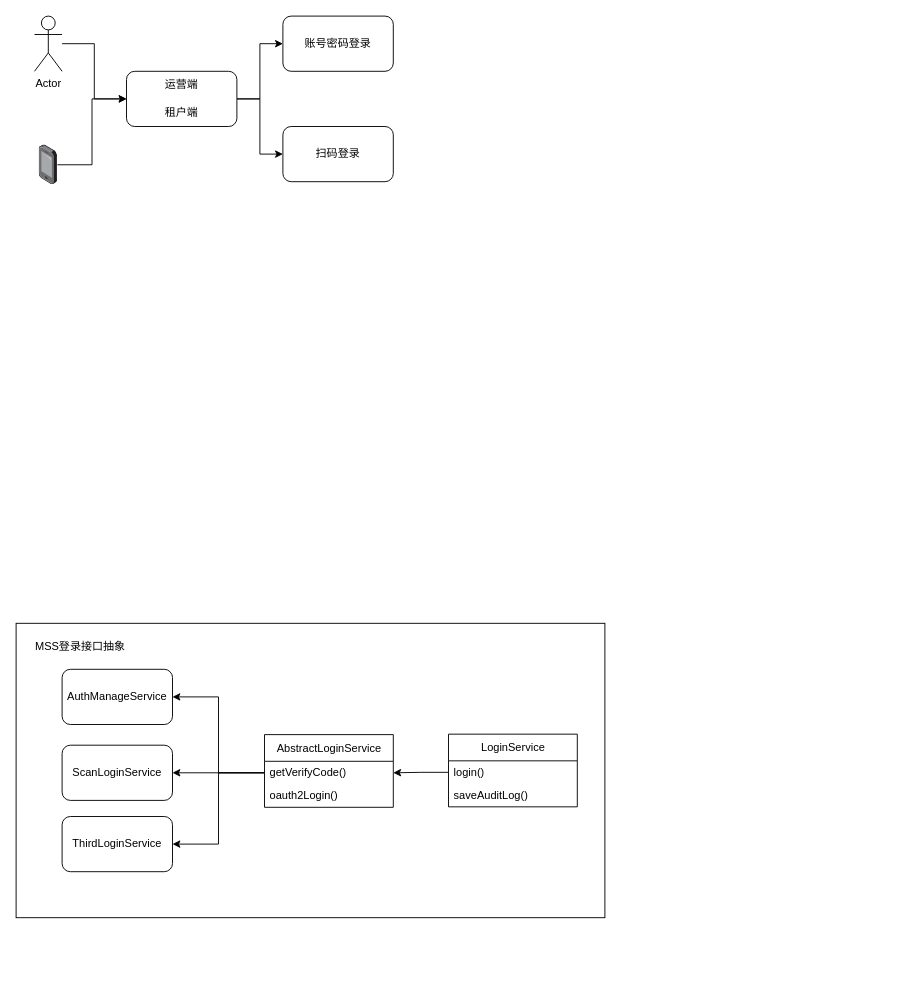
The draw.io diagram ah-security/src/main/java/com/zhansc/ahsecurity/mss/mss登录认证.drawio in zhansc/worksheet, before the edit. Source tidied: cells renumbered, new cells numbered last; positions are measured from the earlier drawing's top-left corner, leaving out a move shared by most shapes. Both pictures are drawn from the tidied source at 92%, with x=0, y=0 at pixel (16, 16).
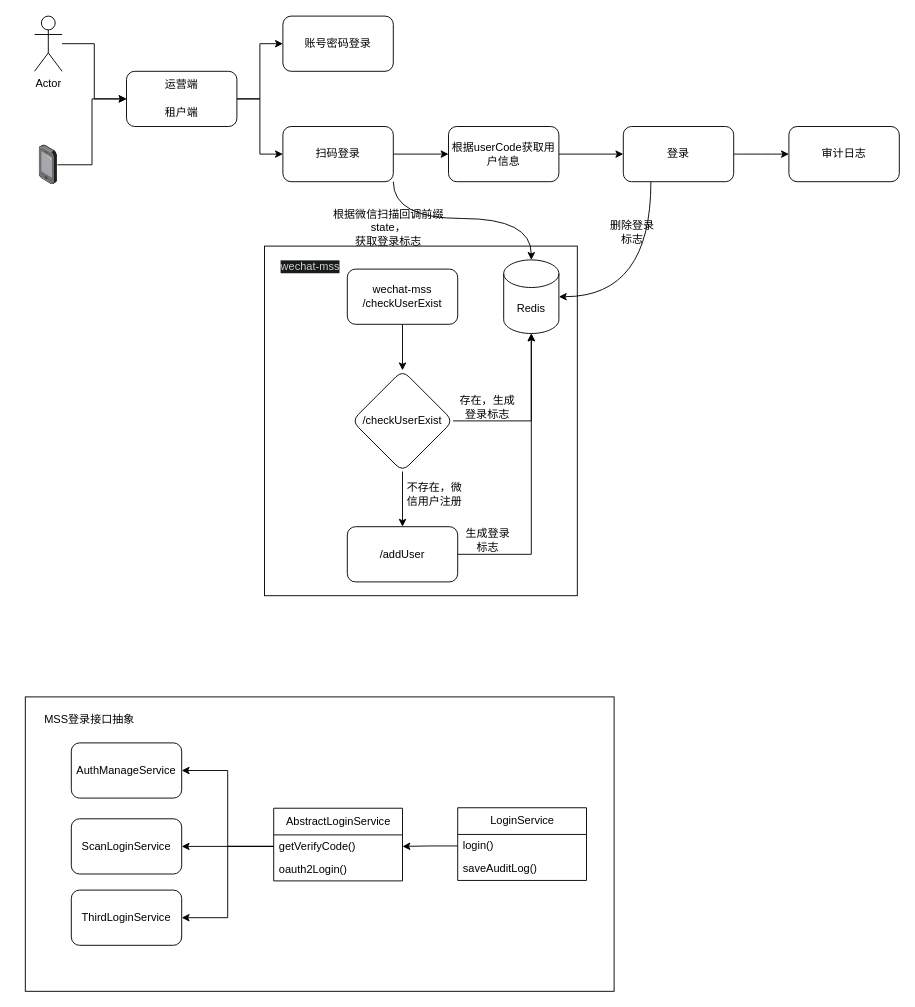
Above is the later version.

Commit message:
更新mss登录认证.drawio

Unchanged cells that the change refers to:
```xml
<mxCell id="27" value="扫码登录" style="rounded=1;whiteSpace=wrap;html=1;" parent="1" vertex="1">
  <mxGeometry x="290" y="120" width="120" height="60" as="geometry" />
</mxCell>
```

Diff of the diagram source:
```diff
@@
+    <mxCell id="28" style="rounded=0;whiteSpace=wrap;html=1;" parent="1" vertex="1">
+      <mxGeometry x="270" y="250" width="340" height="380" as="geometry" />
+    </mxCell>
     <mxCell id="2" style="rounded=0;whiteSpace=wrap;html=1;" parent="1" vertex="1">
-      <mxGeometry y="660" width="640" height="320" as="geometry" />
+      <mxGeometry x="10" y="740" width="640" height="320" as="geometry" />
     </mxCell>
@@
     <mxCell id="7" value="AuthManageService" style="rounded=1;whiteSpace=wrap;html=1;" parent="1" vertex="1">
-      <mxGeometry x="50" y="710" width="120" height="60" as="geometry" />
+      <mxGeometry x="60" y="790" width="120" height="60" as="geometry" />
     </mxCell>
     <mxCell id="8" value="ScanLoginService" style="rounded=1;whiteSpace=wrap;html=1;" parent="1" vertex="1">
-      <mxGeometry x="50" y="792.5" width="120" height="60" as="geometry" />
+      <mxGeometry x="60" y="872.5" width="120" height="60" as="geometry" />
     </mxCell>
     <mxCell id="9" value="ThirdLoginService" style="rounded=1;whiteSpace=wrap;html=1;" parent="1" vertex="1">
-      <mxGeometry x="50" y="870" width="120" height="60" as="geometry" />
+      <mxGeometry x="60" y="950" width="120" height="60" as="geometry" />
     </mxCell>
     <mxCell id="10" value="&lt;span style=&quot;font-weight: 400;&quot;&gt;AbstractLoginService&lt;/span&gt;" style="swimlane;fontStyle=1;align=center;verticalAlign=middle;horizontal=1;startSize=29;html=1;" parent="1" vertex="1">
-      <mxGeometry x="270" y="781" width="140" height="79" as="geometry" />
+      <mxGeometry x="280" y="861" width="140" height="79" as="geometry" />
     </mxCell>
@@
     <mxCell id="16" value="MSS登录接口抽象" style="text;html=1;strokeColor=none;fillColor=none;align=center;verticalAlign=middle;whiteSpace=wrap;rounded=0;" parent="1" vertex="1">
-      <mxGeometry x="10" y="670" width="120" height="30" as="geometry" />
+      <mxGeometry x="20" y="750" width="120" height="30" as="geometry" />
     </mxCell>
     <mxCell id="17" value="&lt;span style=&quot;font-weight: 400;&quot;&gt;LoginService&lt;/span&gt;" style="swimlane;fontStyle=1;align=center;verticalAlign=middle;horizontal=1;startSize=29;html=1;" parent="1" vertex="1">
-      <mxGeometry x="470" y="780.5" width="140" height="79" as="geometry" />
+      <mxGeometry x="480" y="860.5" width="140" height="79" as="geometry" />
     </mxCell>
@@
+    <mxCell id="29" style="edgeStyle=orthogonalEdgeStyle;rounded=0;jettySize=auto;html=1;" parent="1" edge="1" source="27" target="45">
+      <mxGeometry relative="1" as="geometry" />
+    </mxCell>
+    <mxCell id="30" style="edgeStyle=orthogonalEdgeStyle;rounded=0;jettySize=auto;html=1;curved=1;exitX=1;exitY=1;exitDx=0;exitDy=0;" parent="1" edge="1" source="27" target="38">
+      <mxGeometry relative="1" as="geometry">
+        <Array as="points">
+          <mxPoint x="410" y="220" />
+          <mxPoint x="560" y="220" />
+        </Array>
+      </mxGeometry>
+    </mxCell>
@@
+    <mxCell id="31" style="edgeStyle=orthogonalEdgeStyle;rounded=0;jettySize=auto;html=1;" parent="1" edge="1" source="32" target="37">
+      <mxGeometry relative="1" as="geometry" />
+    </mxCell>
+    <mxCell id="32" value="wechat-mss&lt;br&gt;/checkUserExist" style="rounded=1;whiteSpace=wrap;html=1;" parent="1" vertex="1">
+      <mxGeometry x="360" y="275" width="120" height="60" as="geometry" />
+    </mxCell>
+    <mxCell id="33" style="edgeStyle=orthogonalEdgeStyle;rounded=0;jettySize=auto;html=1;entryX=0.5;entryY=1;entryDx=0;entryDy=0;entryPerimeter=0;" parent="1" edge="1" source="34" target="38">
+      <mxGeometry relative="1" as="geometry" />
+    </mxCell>
+    <mxCell id="34" value="/addUser" style="rounded=1;whiteSpace=wrap;html=1;" parent="1" vertex="1">
+      <mxGeometry x="360" y="555" width="120" height="60" as="geometry" />
+    </mxCell>
+    <mxCell id="35" style="edgeStyle=orthogonalEdgeStyle;rounded=0;jettySize=auto;html=1;" parent="1" edge="1" source="37" target="38">
+      <mxGeometry relative="1" as="geometry" />
+    </mxCell>
+    <mxCell id="36" style="edgeStyle=orthogonalEdgeStyle;rounded=0;jettySize=auto;html=1;" parent="1" edge="1" source="37" target="34">
+      <mxGeometry relative="1" as="geometry" />
+    </mxCell>
+    <mxCell id="37" value="/checkUserExist" style="rhombus;whiteSpace=wrap;html=1;rounded=1;" parent="1" vertex="1">
+      <mxGeometry x="365" y="385" width="110" height="110" as="geometry" />
+    </mxCell>
+    <mxCell id="38" value="Redis" style="shape=cylinder3;whiteSpace=wrap;html=1;boundedLbl=1;backgroundOutline=1;size=15;" parent="1" vertex="1">
+      <mxGeometry x="530" y="265" width="60" height="80" as="geometry" />
+    </mxCell>
+    <mxCell id="39" value="存在，生成登录标志" style="text;html=1;strokeColor=none;fillColor=none;align=center;verticalAlign=middle;whiteSpace=wrap;rounded=0;" parent="1" vertex="1">
+      <mxGeometry x="480" y="410" width="65" height="30" as="geometry" />
+    </mxCell>
+    <mxCell id="40" value="不存在，微信用户注册" style="text;html=1;strokeColor=none;fillColor=none;align=center;verticalAlign=middle;whiteSpace=wrap;rounded=0;" parent="1" vertex="1">
+      <mxGeometry x="420" y="505" width="70" height="30" as="geometry" />
+    </mxCell>
+    <mxCell id="41" value="生成登录标志" style="text;html=1;strokeColor=none;fillColor=none;align=center;verticalAlign=middle;whiteSpace=wrap;rounded=0;" parent="1" vertex="1">
+      <mxGeometry x="482.5" y="555" width="60" height="30" as="geometry" />
+    </mxCell>
+    <mxCell id="42" value="&lt;span style=&quot;color: rgb(209, 207, 204); font-family: Helvetica; font-size: 12px; font-style: normal; font-variant-ligatures: normal; font-variant-caps: normal; font-weight: 400; letter-spacing: normal; orphans: 2; text-align: center; text-indent: 0px; text-transform: none; widows: 2; word-spacing: 0px; -webkit-text-stroke-width: 0px; background-color: rgb(24, 27, 28); text-decoration-thickness: initial; text-decoration-style: initial; text-decoration-color: initial; float: none; display: inline !important; --darkreader-inline-color:#b5b1ab; --darkreader-inline-bgcolor:#121314;&quot;&gt;wechat-mss&lt;/span&gt;" style="text;html=1;strokeColor=none;fillColor=none;align=center;verticalAlign=middle;whiteSpace=wrap;rounded=0;" parent="1" vertex="1">
+      <mxGeometry x="280" y="258.4" width="80" height="30" as="geometry" />
+    </mxCell>
+    <mxCell id="43" value="根据微信扫描回调前缀state，&lt;br&gt;获取登录标志" style="text;html=1;strokeColor=none;fillColor=none;align=center;verticalAlign=middle;whiteSpace=wrap;rounded=0;" parent="1" vertex="1">
+      <mxGeometry x="335" y="201.6" width="140" height="56.8" as="geometry" />
+    </mxCell>
+    <mxCell id="44" style="edgeStyle=orthogonalEdgeStyle;rounded=0;jettySize=auto;html=1;" parent="1" edge="1" source="45" target="48">
+      <mxGeometry relative="1" as="geometry" />
+    </mxCell>
+    <mxCell id="45" value="根据userCode获取用户信息" style="rounded=1;whiteSpace=wrap;html=1;" parent="1" vertex="1">
+      <mxGeometry x="470" y="120" width="120" height="60" as="geometry" />
+    </mxCell>
+    <mxCell id="46" style="edgeStyle=orthogonalEdgeStyle;curved=1;rounded=0;jettySize=auto;html=1;entryX=1;entryY=0.5;entryDx=0;entryDy=0;entryPerimeter=0;exitX=0.25;exitY=1;exitDx=0;exitDy=0;" parent="1" edge="1" source="48" target="38">
+      <mxGeometry relative="1" as="geometry" />
+    </mxCell>
+    <mxCell id="47" style="edgeStyle=orthogonalEdgeStyle;curved=1;rounded=0;jettySize=auto;html=1;" parent="1" edge="1" source="48" target="50">
+      <mxGeometry relative="1" as="geometry" />
+    </mxCell>
+    <mxCell id="48" value="登录" style="rounded=1;whiteSpace=wrap;html=1;" parent="1" vertex="1">
+      <mxGeometry x="660" y="120" width="120" height="60" as="geometry" />
+    </mxCell>
+    <mxCell id="49" value="删除登录标志" style="text;html=1;strokeColor=none;fillColor=none;align=center;verticalAlign=middle;whiteSpace=wrap;rounded=0;" parent="1" vertex="1">
+      <mxGeometry x="640" y="220" width="60" height="30" as="geometry" />
+    </mxCell>
+    <mxCell id="50" value="审计日志" style="rounded=1;whiteSpace=wrap;html=1;" parent="1" vertex="1">
+      <mxGeometry x="840" y="120" width="120" height="60" as="geometry" />
+    </mxCell>
```
